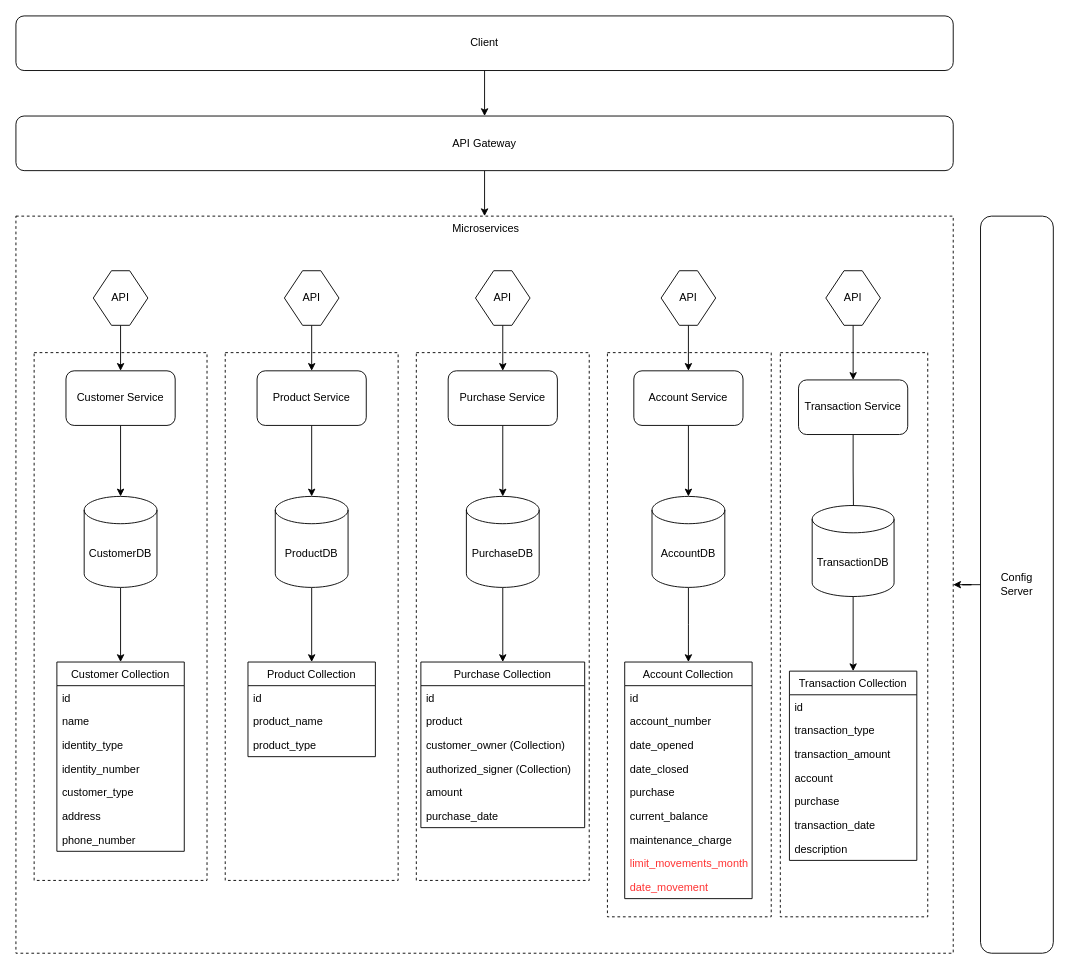
marco-cabrejos/everis-entregable-1 keeps this draw.io diagram as proyecto-1.drawio. Above is the earlier version. Source tidied: cells renumbered, new cells numbered last; positions are measured from the earlier drawing's top-left corner, leaving out a move shared by most shapes. Both pictures are drawn from the tidied source at 91%, with x=0, y=0 at pixel (15, 15).
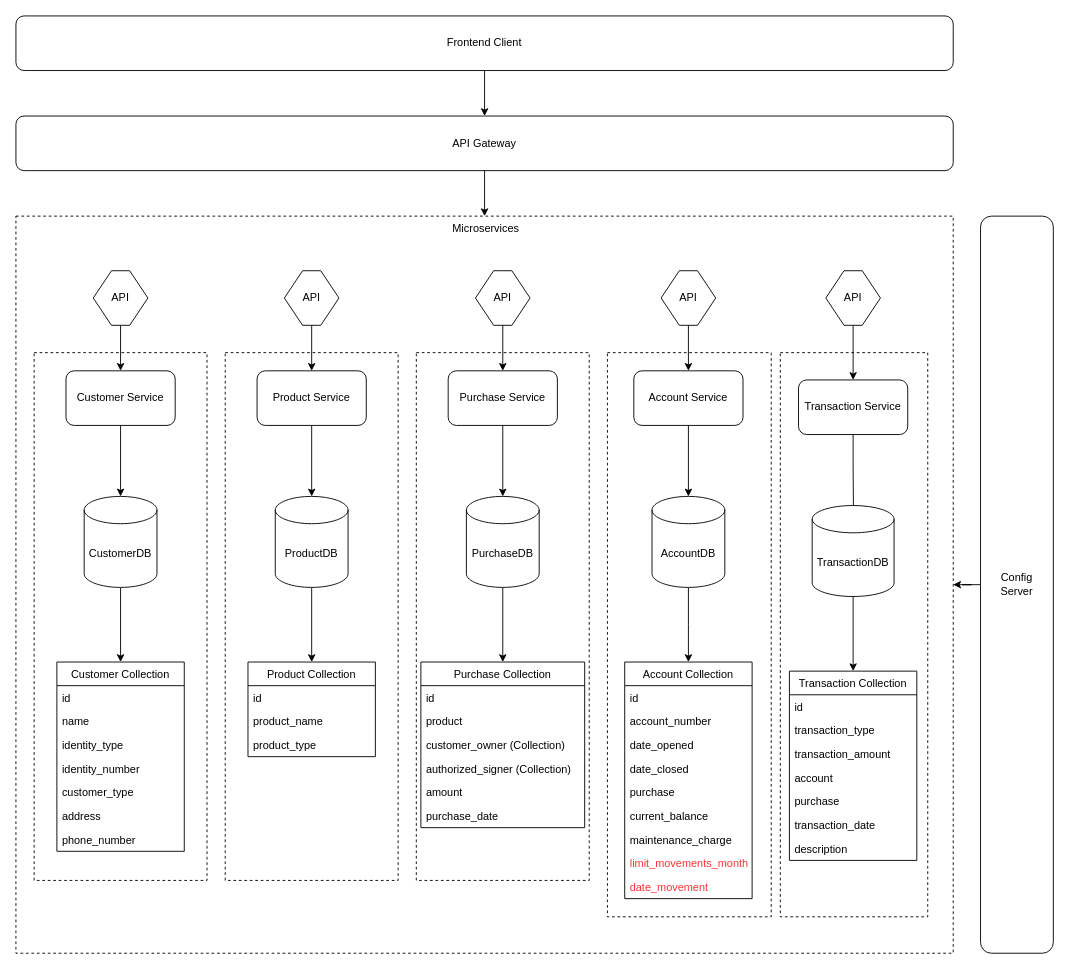
The same diagram, later.

What changed in the source:
```diff
@@
-    <mxCell id="9" value="Client&lt;br&gt;" style="rounded=1;whiteSpace=wrap;html=1;" parent="1" vertex="1">
+    <mxCell id="9" value="Frontend Client" style="rounded=1;whiteSpace=wrap;html=1;" parent="1" vertex="1">
       <mxGeometry width="1030" height="60" as="geometry" />
     </mxCell>
```
